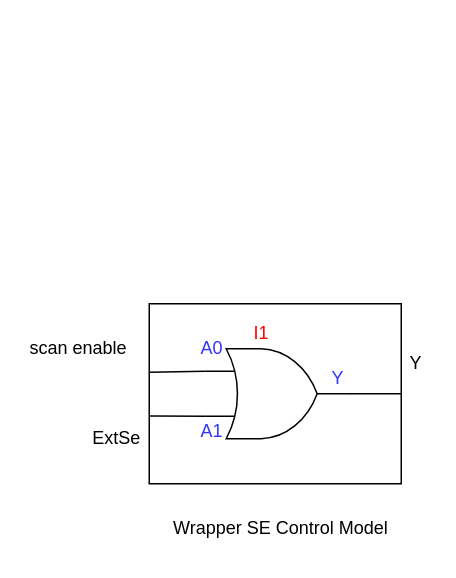
Above: WrapperSEControlModel.drawio in Gao-June/Algorithm_Exercise (draw.io), before the change. Source tidied: cells renumbered, new cells numbered last; positions are measured from the earlier drawing's top-left corner, leaving out a move shared by most shapes. Both pictures are drawn from the tidied source at 150%, with x=0, y=0 at pixel (26, 303).
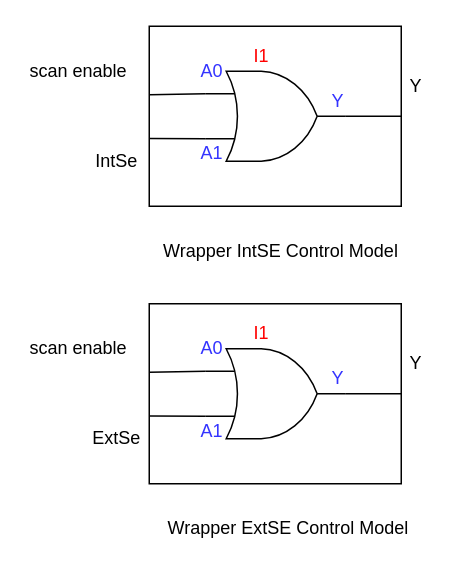
The same page after the edit.

What changed in the source:
```diff
@@
-    <mxCell id="15" value="Wrapper SE Control Model" style="text;html=1;align=center;verticalAlign=middle;whiteSpace=wrap;rounded=0;" parent="1" vertex="1">
-      <mxGeometry x="90" y="135" width="160" height="30" as="geometry" />
+    <mxCell id="15" value="Wrapper ExtSE Control Model" style="text;html=1;align=center;verticalAlign=middle;whiteSpace=wrap;rounded=0;" parent="1" vertex="1">
+      <mxGeometry x="90" y="135" width="170" height="30" as="geometry" />
     </mxCell>
+    <mxCell id="16" style="group;" parent="1" vertex="1">
+      <mxGeometry x="110" y="-175" width="140" height="110" as="geometry" />
+    </mxCell>
+    <mxCell id="17" style="rounded=0;whiteSpace=wrap;html=1;" parent="16" vertex="1">
+      <mxGeometry x="-28" y="-10" width="168" height="120" as="geometry" />
+    </mxCell>
+    <mxCell id="18" value="&lt;font style=&quot;color: rgb(51, 51, 255);&quot;&gt;A0&lt;/font&gt;" style="text;html=1;align=center;verticalAlign=middle;whiteSpace=wrap;rounded=0;" parent="16" vertex="1">
+      <mxGeometry y="10" width="28" height="20" as="geometry" />
+    </mxCell>
+    <mxCell id="19" style="verticalLabelPosition=bottom;shadow=0;dashed=0;align=center;html=1;verticalAlign=top;shape=mxgraph.electrical.logic_gates.logic_gate;operation=or;" parent="16" vertex="1">
+      <mxGeometry x="9.3" y="20" width="93.3" height="60" as="geometry" />
+    </mxCell>
+    <mxCell id="20" value="&lt;font style=&quot;color: rgb(255, 0, 0);&quot;&gt;I1&lt;/font&gt;" style="text;html=1;align=center;verticalAlign=middle;whiteSpace=wrap;rounded=0;" parent="16" vertex="1">
+      <mxGeometry x="32.7" width="28" height="20" as="geometry" />
+    </mxCell>
+    <mxCell id="21" value="&lt;font style=&quot;color: rgb(51, 51, 255);&quot;&gt;A1&lt;/font&gt;" style="text;html=1;align=center;verticalAlign=middle;whiteSpace=wrap;rounded=0;" parent="16" vertex="1">
+      <mxGeometry y="65" width="28" height="20" as="geometry" />
+    </mxCell>
+    <mxCell id="22" value="&lt;font style=&quot;color: rgb(51, 51, 255);&quot;&gt;Y&lt;/font&gt;" style="text;html=1;align=center;verticalAlign=middle;whiteSpace=wrap;rounded=0;" parent="16" vertex="1">
+      <mxGeometry x="84" y="30" width="28" height="20" as="geometry" />
+    </mxCell>
+    <mxCell id="23" style="endArrow=none;html=1;rounded=0;entryX=0;entryY=0.25;entryDx=0;entryDy=0;entryPerimeter=0;exitX=0.001;exitY=0.381;exitDx=0;exitDy=0;exitPerimeter=0;" parent="16" edge="1" source="17" target="19">
+      <mxGeometry relative="1" as="geometry" />
+    </mxCell>
+    <mxCell id="24" style="endArrow=none;html=1;rounded=0;entryX=0;entryY=0.75;entryDx=0;entryDy=0;entryPerimeter=0;exitX=0.002;exitY=0.624;exitDx=0;exitDy=0;exitPerimeter=0;" parent="16" edge="1" source="17" target="19">
+      <mxGeometry relative="1" as="geometry" />
+    </mxCell>
+    <mxCell id="25" style="endArrow=none;html=1;rounded=0;entryX=1;entryY=0.5;entryDx=0;entryDy=0;entryPerimeter=0;exitX=1;exitY=0.5;exitDx=0;exitDy=0;" parent="16" edge="1" source="17" target="19">
+      <mxGeometry relative="1" as="geometry" />
+    </mxCell>
+    <mxCell id="26" value="IntSe" style="text;html=1;align=center;verticalAlign=middle;whiteSpace=wrap;rounded=0;" parent="1" vertex="1">
+      <mxGeometry x="40.5" y="-110" width="39" height="30" as="geometry" />
+    </mxCell>
+    <mxCell id="27" value="scan enable" style="text;html=1;align=center;verticalAlign=middle;whiteSpace=wrap;rounded=0;" parent="1" vertex="1">
+      <mxGeometry y="-170" width="70" height="30" as="geometry" />
+    </mxCell>
+    <mxCell id="28" value="Y" style="text;html=1;align=center;verticalAlign=middle;whiteSpace=wrap;rounded=0;" parent="1" vertex="1">
+      <mxGeometry x="250" y="-160" width="20" height="30" as="geometry" />
+    </mxCell>
+    <mxCell id="29" value="Wrapper IntSE Control Model" style="text;html=1;align=center;verticalAlign=middle;whiteSpace=wrap;rounded=0;" parent="1" vertex="1">
+      <mxGeometry x="90" y="-50" width="160" height="30" as="geometry" />
+    </mxCell>
```
